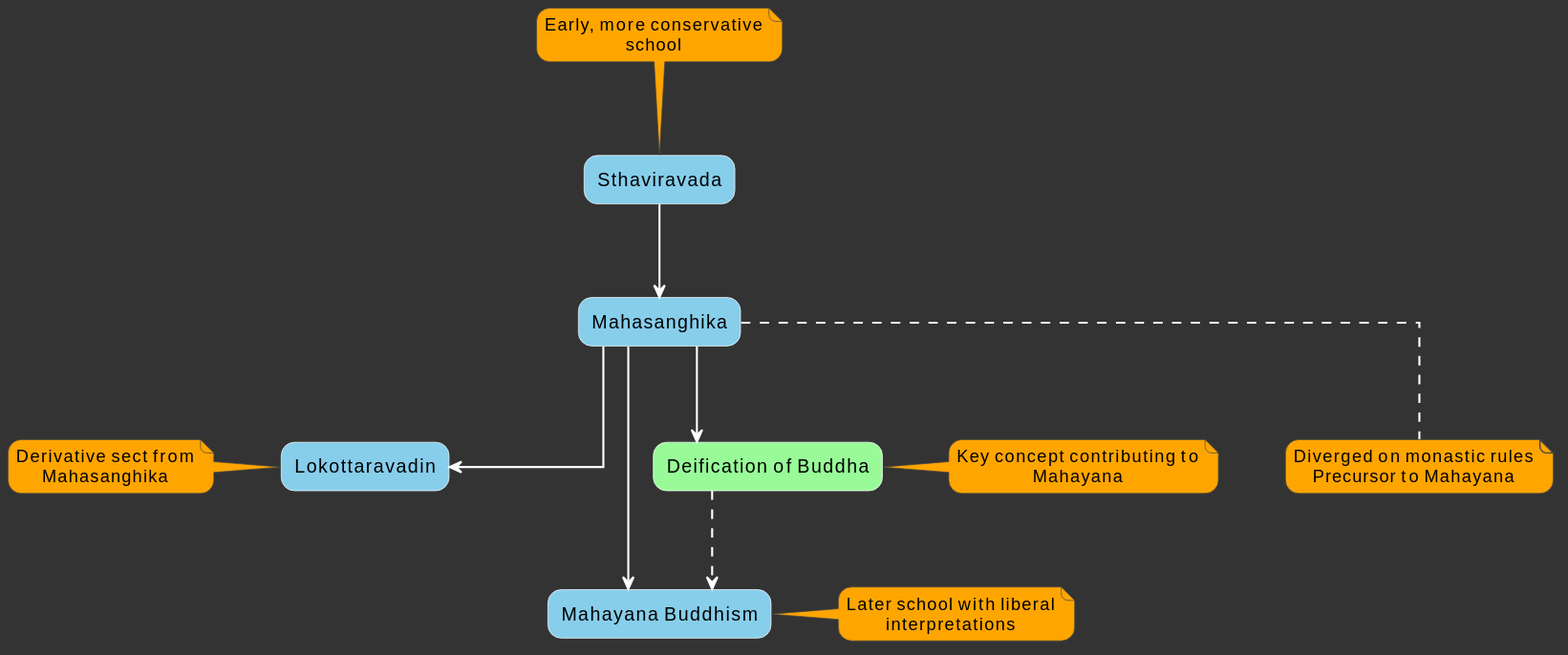
Before: tele_1.svg, a diagram exported from PlantUML (bolibazaar/upsc_sol_assets).
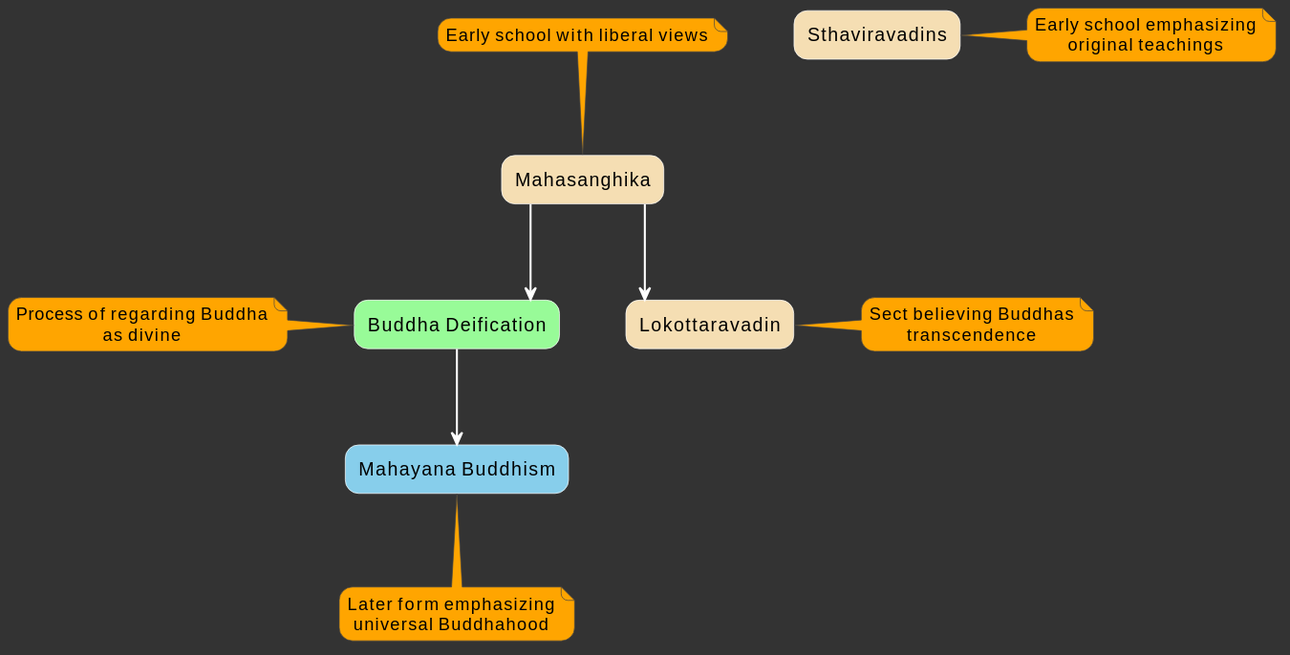
Later version of the same file.

What changed in the source:
```diff
@@ -20,36 +20,34 @@
 skinparam rectangleFontColor black
 skinparam rectangleBorderColor white
 
-rectangle "Sthaviravada" #87CEEB
-rectangle "Mahasanghika" #87CEEB
+rectangle "Sthaviravadins" #F5DEB3
+rectangle "Mahasanghika" #F5DEB3
+rectangle "Lokottaravadin" #F5DEB3
+
 rectangle "Mahayana Buddhism" #87CEEB
-rectangle "Lokottaravadin" #87CEEB
-rectangle "Deification of Buddha" #98FB98
+rectangle "Buddha Deification" #98FB98
 
-"Sthaviravada" --> "Mahasanghika"
-"Mahasanghika" --> "Mahayana Buddhism"
 "Mahasanghika" --> "Lokottaravadin"
-"Mahasanghika" --> "Deification of Buddha"
-"Deification of Buddha" ..> "Mahayana Buddhism"
+"Mahasanghika" --> "Buddha Deification"
+"Buddha Deification" ==> "Mahayana Buddhism"
 
-note top of "Sthaviravada"
-  Early, more conservative school
+note top of "Mahasanghika"
+  Early school with liberal views
 end note
 
-note bottom of "Mahasanghika"
-  Diverged on monastic rules
-  Precursor to Mahayana
+note right of "Lokottaravadin"
+  Sect believing Buddhas transcendence
 end note
 
-note right of "Mahayana Buddhism"
-  Later school with liberal interpretations
+note left of "Buddha Deification"
+  Process of regarding Buddha as divine
 end note
 
-note left of "Lokottaravadin"
-  Derivative sect from Mahasanghika
+note bottom of "Mahayana Buddhism"
+  Later form emphasizing universal Buddhahood
 end note
 
-note right of "Deification of Buddha"
-  Key concept contributing to Mahayana
+note right of "Sthaviravadins"
+  Early school emphasizing original teachings
 end note
 @enduml
```
